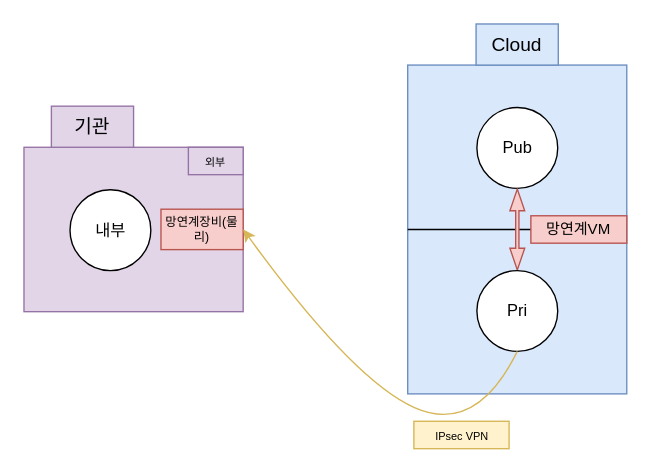
The draw.io diagram 망연계 구조.drawio in GoodNara/Architecture-Diagram, before the edit. Source tidied: cells renumbered, new cells numbered last; positions are measured from the earlier drawing's top-left corner, leaving out a move shared by most shapes. Both pictures are drawn from the tidied source at 137%, with x=0, y=0 at pixel (23, 23).
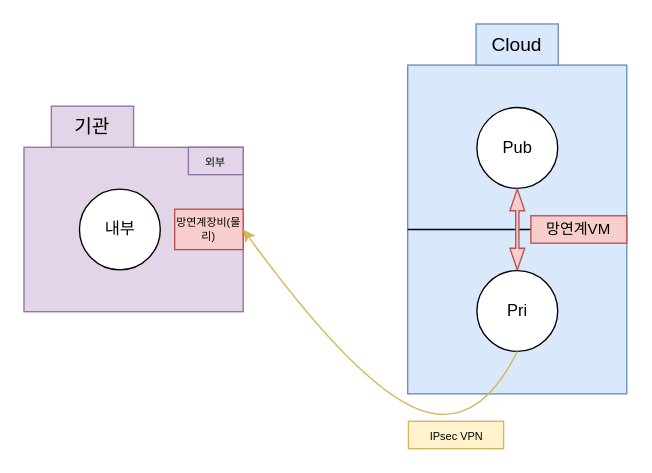
Above is the later version.

Commit message:
망연계 구조.drawio 업데이트

The edit, as a diff of the source:
```diff
@@
 <mxGraphModel>
   <root>
     <mxCell id="0" />
     <mxCell id="1" parent="0" />
     <mxCell id="2" style="rounded=0;whiteSpace=wrap;html=1;fillColor=#dae8fc;strokeColor=#6c8ebf;" parent="1" vertex="1">
       <mxGeometry x="280.1" y="30" width="159.9" height="240" as="geometry" />
     </mxCell>
     <mxCell id="3" style="endArrow=none;html=1;rounded=0;exitX=0;exitY=0.5;exitDx=0;exitDy=0;entryX=1;entryY=0.5;entryDx=0;entryDy=0;" parent="1" edge="1" source="2" target="2">
       <mxGeometry relative="1" as="geometry" />
     </mxCell>
     <mxCell id="4" value="Pub" style="ellipse;whiteSpace=wrap;html=1;" parent="1" vertex="1">
       <mxGeometry x="330.6" y="61" width="59" height="59" as="geometry" />
     </mxCell>
     <mxCell id="5" style="shape=flexArrow;endArrow=classic;startArrow=classic;html=1;rounded=0;width=2.380952380952381;endSize=4.938095238095237;endWidth=7.437641723356008;startWidth=7.437641723356008;startSize=4.938095238095237;fillColor=#f8cecc;strokeColor=#b85450;entryX=0.5;entryY=1;entryDx=0;entryDy=0;exitX=0.5;exitY=0;exitDx=0;exitDy=0;" parent="1" edge="1" source="11" target="4">
       <mxGeometry relative="1" as="geometry" />
     </mxCell>
     <mxCell id="6" value="&lt;font style=&quot;font-size: 11px;&quot;&gt;망연계VM&lt;/font&gt;" style="rounded=0;whiteSpace=wrap;html=1;fillColor=#f8cecc;strokeColor=#b85450;fontSize=11;" parent="1" vertex="1">
       <mxGeometry x="370" y="140" width="70" height="20" as="geometry" />
     </mxCell>
     <mxCell id="7" value="&lt;span style=&quot;font-size: 14px;&quot;&gt;Cloud&lt;/span&gt;" style="rounded=0;whiteSpace=wrap;html=1;fillColor=#dae8fc;strokeColor=#6c8ebf;fontSize=14;" parent="1" vertex="1">
       <mxGeometry x="330" width="60" height="30" as="geometry" />
     </mxCell>
     <mxCell id="8" style="rounded=0;whiteSpace=wrap;html=1;fontSize=8;fillColor=#e1d5e7;strokeColor=#9673a6;" parent="1" vertex="1">
       <mxGeometry y="90" width="160" height="120" as="geometry" />
     </mxCell>
     <mxCell id="9" value="&lt;span style=&quot;font-size: 14px;&quot;&gt;기관&lt;/span&gt;" style="rounded=0;whiteSpace=wrap;html=1;fillColor=#e1d5e7;strokeColor=#9673a6;fontSize=14;" parent="1" vertex="1">
       <mxGeometry x="20" y="60" width="60" height="30" as="geometry" />
     </mxCell>
-    <mxCell id="10" value="&lt;font style=&quot;font-size: 9px;&quot;&gt;망연계&lt;/font&gt;&lt;font style=&quot;font-size: 9px;&quot;&gt;장비(물리)&lt;/font&gt;" style="rounded=0;whiteSpace=wrap;html=1;fillColor=#f8cecc;strokeColor=#b85450;fontSize=3;" parent="1" vertex="1">
-      <mxGeometry x="100" y="135.2" width="60" height="29.5" as="geometry" />
+    <mxCell id="10" value="&lt;font style=&quot;font-size: 8px;&quot;&gt;&lt;font style=&quot;font-size: 8px;&quot;&gt;망연계&lt;/font&gt;&lt;font style=&quot;font-size: 8px;&quot;&gt;장비(물리)&lt;/font&gt;&lt;/font&gt;" style="rounded=0;whiteSpace=wrap;html=1;fillColor=#f8cecc;strokeColor=#b85450;fontSize=3;" parent="1" vertex="1">
+      <mxGeometry x="110" y="135.2" width="50" height="29.5" as="geometry" />
     </mxCell>
     <mxCell id="11" value="Pri" style="ellipse;whiteSpace=wrap;html=1;" parent="1" vertex="1">
       <mxGeometry x="330.6" y="180" width="59" height="59" as="geometry" />
     </mxCell>
     <mxCell id="12" value="내부" style="ellipse;whiteSpace=wrap;html=1;" parent="1" vertex="1">
-      <mxGeometry x="33.6" y="121" width="59" height="59" as="geometry" />
+      <mxGeometry x="40.5" y="120.5" width="59" height="59" as="geometry" />
     </mxCell>
     <mxCell id="13" value="&lt;span style=&quot;font-size: 8px;&quot;&gt;외부&lt;/span&gt;" style="rounded=0;whiteSpace=wrap;html=1;fillColor=#e1d5e7;strokeColor=#9673a6;" parent="1" vertex="1">
       <mxGeometry x="120" y="90" width="40" height="20" as="geometry" />
     </mxCell>
     <mxCell id="14" style="curved=1;endArrow=classic;html=1;rounded=0;fontSize=9;exitX=0.5;exitY=1;exitDx=0;exitDy=0;entryX=1;entryY=0.5;entryDx=0;entryDy=0;fillColor=#fff2cc;strokeColor=#d6b656;" parent="1" edge="1" source="11" target="10">
       <mxGeometry relative="1" as="geometry">
         <Array as="points">
           <mxPoint x="330" y="300" />
           <mxPoint x="240" y="260" />
         </Array>
       </mxGeometry>
     </mxCell>
     <mxCell id="15" value="&lt;span style=&quot;font-size: 8px;&quot;&gt;IPsec VPN&lt;/span&gt;" style="rounded=0;whiteSpace=wrap;html=1;fillColor=#fff2cc;strokeColor=#d6b656;" parent="1" vertex="1">
-      <mxGeometry x="284.6" y="290" width="69.5" height="20" as="geometry" />
+      <mxGeometry x="280.6" y="290" width="69.5" height="20" as="geometry" />
     </mxCell>
   </root>
 </mxGraphModel>
```
